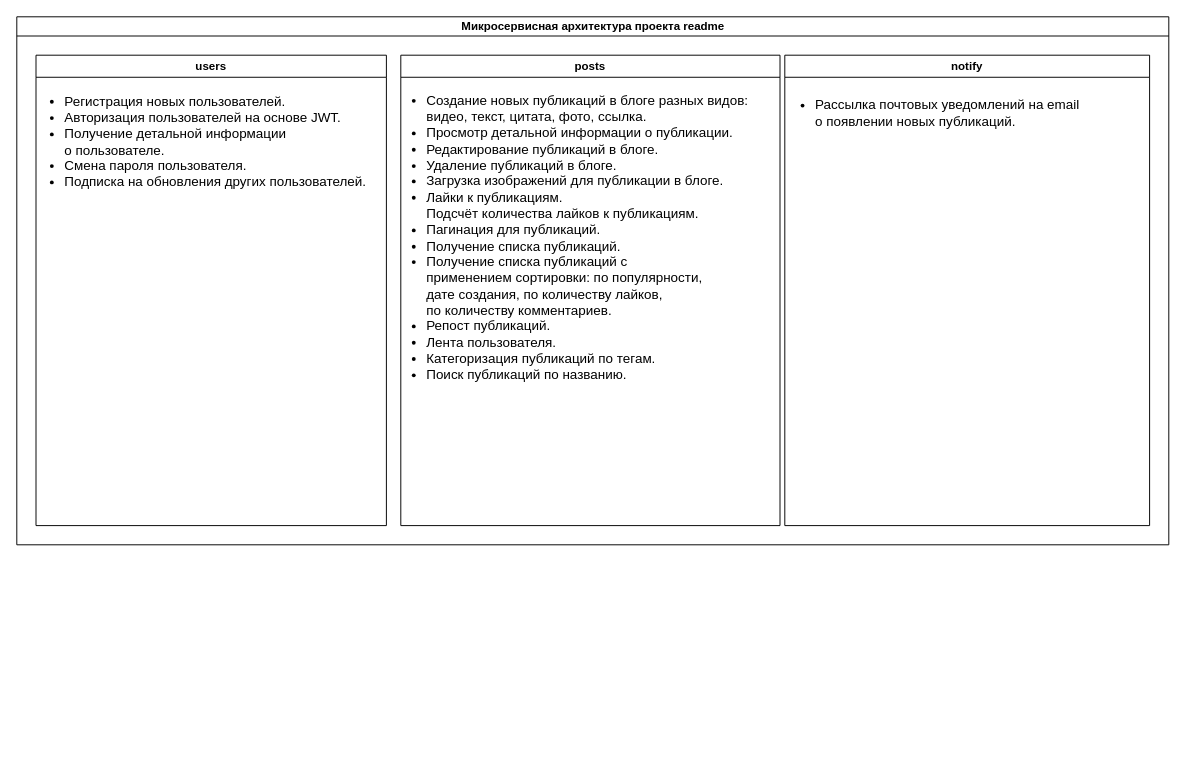
ivan-davy/2083345-readme-3 keeps this draw.io diagram as specification.drawio. Above is the earlier version. Source tidied: cells renumbered, new cells numbered last; positions are measured from the earlier drawing's top-left corner, leaving out a move shared by most shapes. Both pictures are drawn from the tidied source at 96%, with x=0, y=0 at pixel (16, 16).
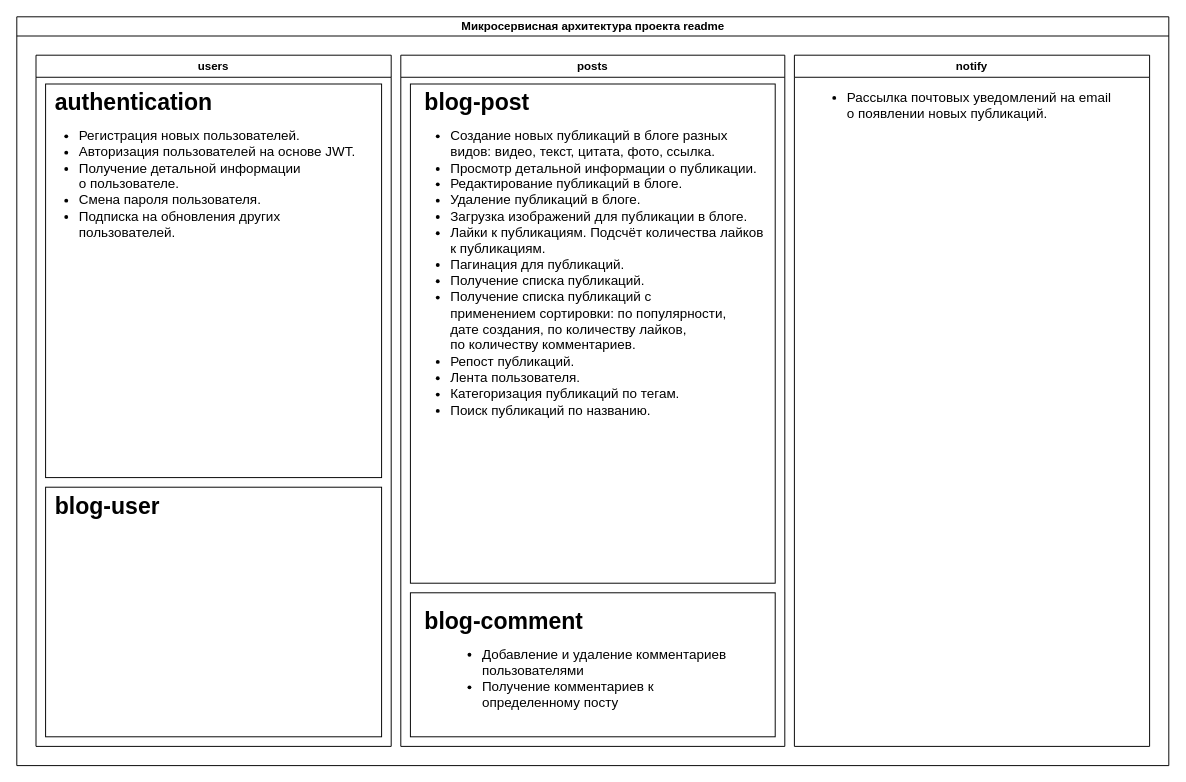
The same page after the edit.

The edit, as a diff of the source:
```diff
@@
 <mxGraphModel>
   <root>
     <mxCell id="0" />
     <mxCell id="1" parent="0" />
     <mxCell id="2" value="Микросервисная архитектура проекта readme" style="swimlane;html=1;startSize=20;horizontal=1;containerType=tree;glass=0;" parent="1" vertex="1">
-      <mxGeometry width="1200" height="550" as="geometry" />
+      <mxGeometry width="1200" height="780" as="geometry" />
     </mxCell>
     <mxCell id="3" value="users" style="swimlane;whiteSpace=wrap;html=1;" parent="2" vertex="1">
-      <mxGeometry x="20" y="40" width="365" height="490" as="geometry" />
+      <mxGeometry x="20" y="40" width="370" height="720" as="geometry" />
     </mxCell>
+    <mxCell id="9" style="rounded=0;whiteSpace=wrap;html=1;" parent="3" vertex="1">
+      <mxGeometry x="10" y="30" width="350" height="410" as="geometry" />
+    </mxCell>
+    <mxCell id="10" value="&lt;h1&gt;authentication&lt;/h1&gt;" style="text;html=1;strokeColor=none;fillColor=none;spacing=5;spacingTop=-20;whiteSpace=wrap;overflow=hidden;rounded=0;" parent="3" vertex="1">
+      <mxGeometry x="15" y="30" width="315" height="50" as="geometry" />
+    </mxCell>
-    <mxCell id="4" value="&lt;ul style=&quot;font-size: 14px;&quot;&gt;&lt;li style=&quot;font-size: 14px;&quot;&gt;Регистрация новых пользователей.&lt;br style=&quot;font-size: 14px;&quot;&gt;&lt;/li&gt;&lt;li style=&quot;font-size: 14px;&quot;&gt;Авторизация пользователей на&amp;nbsp;основе JWT.&lt;br style=&quot;font-size: 14px;&quot;&gt;&lt;/li&gt;&lt;li style=&quot;font-size: 14px;&quot;&gt;Получение детальной информации &lt;br&gt;о&amp;nbsp;пользователе.&lt;br style=&quot;font-size: 14px;&quot;&gt;&lt;/li&gt;&lt;li style=&quot;font-size: 14px;&quot;&gt;Смена пароля пользователя.&lt;br style=&quot;font-size: 14px;&quot;&gt;&lt;/li&gt;&lt;li style=&quot;font-size: 14px;&quot;&gt;Подписка на&amp;nbsp;обновления других пользователей.&lt;br style=&quot;font-size: 14px;&quot;&gt;&lt;/li&gt;&lt;/ul&gt;" style="text;html=1;align=left;verticalAlign=middle;strokeColor=none;fillColor=none;spacing=2;fontSize=14;" parent="3" vertex="1">
-      <mxGeometry x="-12.5" y="20" width="390" height="140" as="geometry" />
+    <mxCell id="4" value="&lt;h1&gt;&lt;ul style=&quot;border-color: var(--border-color); font-size: 14px; font-weight: 400;&quot;&gt;&lt;li style=&quot;border-color: var(--border-color);&quot;&gt;Регистрация новых пользователей.&lt;br style=&quot;border-color: var(--border-color);&quot;&gt;&lt;/li&gt;&lt;li style=&quot;border-color: var(--border-color);&quot;&gt;Авторизация пользователей на&amp;nbsp;основе JWT.&lt;br style=&quot;border-color: var(--border-color);&quot;&gt;&lt;/li&gt;&lt;li style=&quot;border-color: var(--border-color);&quot;&gt;Получение детальной информации&lt;br style=&quot;border-color: var(--border-color);&quot;&gt;о&amp;nbsp;пользователе.&lt;br style=&quot;border-color: var(--border-color);&quot;&gt;&lt;/li&gt;&lt;li style=&quot;border-color: var(--border-color);&quot;&gt;Смена пароля пользователя.&lt;br style=&quot;border-color: var(--border-color);&quot;&gt;&lt;/li&gt;&lt;li style=&quot;border-color: var(--border-color);&quot;&gt;Подписка на&amp;nbsp;обновления других пользователей.&lt;/li&gt;&lt;/ul&gt;&lt;/h1&gt;" style="text;html=1;strokeColor=none;fillColor=none;spacing=5;spacingTop=-20;whiteSpace=wrap;overflow=hidden;rounded=0;" parent="3" vertex="1">
+      <mxGeometry y="70" width="360" height="210" as="geometry" />
     </mxCell>
+    <mxCell id="11" style="rounded=0;whiteSpace=wrap;html=1;" parent="3" vertex="1">
+      <mxGeometry x="10" y="450" width="350" height="260" as="geometry" />
+    </mxCell>
+    <mxCell id="12" value="&lt;h1&gt;blog-user&lt;/h1&gt;" style="text;html=1;strokeColor=none;fillColor=none;spacing=5;spacingTop=-20;whiteSpace=wrap;overflow=hidden;rounded=0;" parent="3" vertex="1">
+      <mxGeometry x="15" y="450" width="315" height="50" as="geometry" />
+    </mxCell>
     <mxCell id="5" value="posts" style="swimlane;whiteSpace=wrap;html=1;" parent="2" vertex="1">
-      <mxGeometry x="400" y="40" width="395" height="490" as="geometry" />
+      <mxGeometry x="400" y="40" width="400" height="720" as="geometry" />
     </mxCell>
+    <mxCell id="13" style="rounded=0;whiteSpace=wrap;html=1;" parent="5" vertex="1">
+      <mxGeometry x="10" y="30" width="380" height="520" as="geometry" />
+    </mxCell>
+    <mxCell id="14" style="rounded=0;whiteSpace=wrap;html=1;" parent="5" vertex="1">
+      <mxGeometry x="10" y="560" width="380" height="150" as="geometry" />
+    </mxCell>
+    <mxCell id="15" value="&lt;h1&gt;blog-post&lt;/h1&gt;" style="text;html=1;strokeColor=none;fillColor=none;spacing=5;spacingTop=-20;whiteSpace=wrap;overflow=hidden;rounded=0;" parent="5" vertex="1">
+      <mxGeometry x="20" y="30" width="130" height="50" as="geometry" />
+    </mxCell>
+    <mxCell id="16" value="&lt;h1&gt;blog-comment&lt;/h1&gt;" style="text;html=1;strokeColor=none;fillColor=none;spacing=5;spacingTop=-20;whiteSpace=wrap;overflow=hidden;rounded=0;" parent="5" vertex="1">
+      <mxGeometry x="20" y="570" width="190" height="50" as="geometry" />
+    </mxCell>
+    <mxCell id="17" value="&lt;h1&gt;&lt;ul style=&quot;border-color: var(--border-color); font-size: 14px; font-weight: 400;&quot;&gt;&lt;li style=&quot;border-color: var(--border-color);&quot;&gt;&lt;span style=&quot;background-color: initial;&quot;&gt;Добавление и удаление комментариев пользователями&lt;/span&gt;&lt;/li&gt;&lt;li style=&quot;border-color: var(--border-color);&quot;&gt;&lt;span style=&quot;background-color: initial;&quot;&gt;Получение комментариев к определенному посту&lt;/span&gt;&lt;/li&gt;&lt;/ul&gt;&lt;/h1&gt;" style="text;html=1;strokeColor=none;fillColor=none;spacing=5;spacingTop=-20;whiteSpace=wrap;overflow=hidden;rounded=0;" parent="5" vertex="1">
+      <mxGeometry x="40" y="610" width="313" height="90" as="geometry" />
+    </mxCell>
-    <mxCell id="6" value="&lt;ul style=&quot;font-size: 14px;&quot;&gt;&lt;li style=&quot;font-size: 14px;&quot;&gt;Создание новых публикаций в&amp;nbsp;блоге разных видов: &lt;br style=&quot;font-size: 14px;&quot;&gt;видео, текст, цитата, фото, ссылка.&lt;/li&gt;&lt;li style=&quot;font-size: 14px;&quot;&gt;Просмотр детальной информации о&amp;nbsp;публикации.&lt;br style=&quot;font-size: 14px;&quot;&gt;&lt;/li&gt;&lt;li style=&quot;font-size: 14px;&quot;&gt;Редактирование публикаций в&amp;nbsp;блоге.&lt;br style=&quot;font-size: 14px;&quot;&gt;&lt;/li&gt;&lt;li style=&quot;font-size: 14px;&quot;&gt;Удаление публикаций в&amp;nbsp;блоге.&lt;br style=&quot;font-size: 14px;&quot;&gt;&lt;/li&gt;&lt;li style=&quot;font-size: 14px;&quot;&gt;Загрузка изображений для публикации в&amp;nbsp;блоге.&lt;br style=&quot;font-size: 14px;&quot;&gt;&lt;/li&gt;&lt;li style=&quot;font-size: 14px;&quot;&gt;Лайки к&amp;nbsp;публикациям. &lt;br style=&quot;font-size: 14px;&quot;&gt;Подсчёт количества лайков к&amp;nbsp;публикациям.&lt;br style=&quot;font-size: 14px;&quot;&gt;&lt;/li&gt;&lt;li style=&quot;font-size: 14px;&quot;&gt;Пагинация для публикаций.&lt;br style=&quot;font-size: 14px;&quot;&gt;&lt;/li&gt;&lt;li style=&quot;font-size: 14px;&quot;&gt;Получение списка публикаций.&lt;br style=&quot;font-size: 14px;&quot;&gt;&lt;/li&gt;&lt;li style=&quot;font-size: 14px;&quot;&gt;Получение списка публикаций с&amp;nbsp;&lt;br style=&quot;font-size: 14px;&quot;&gt;применением сортировки: по&amp;nbsp;популярности, &lt;br style=&quot;font-size: 14px;&quot;&gt;дате создания, по&amp;nbsp;количеству лайков, &lt;br style=&quot;font-size: 14px;&quot;&gt;по&amp;nbsp;количеству комментариев.&lt;br style=&quot;font-size: 14px;&quot;&gt;&lt;/li&gt;&lt;li style=&quot;font-size: 14px;&quot;&gt;Репост публикаций.&lt;br style=&quot;font-size: 14px;&quot;&gt;&lt;/li&gt;&lt;li style=&quot;font-size: 14px;&quot;&gt;Лента пользователя.&lt;br style=&quot;font-size: 14px;&quot;&gt;&lt;/li&gt;&lt;li style=&quot;font-size: 14px;&quot;&gt;Категоризация публикаций по&amp;nbsp;тегам.&lt;/li&gt;&lt;li style=&quot;font-size: 14px;&quot;&gt;Поиск публикаций по&amp;nbsp;названию.&lt;br style=&quot;font-size: 14px;&quot;&gt;&lt;/li&gt;&lt;/ul&gt;" style="text;html=1;align=left;verticalAlign=middle;strokeColor=none;fillColor=none;spacing=2;fontSize=14;" parent="5" vertex="1">
-      <mxGeometry x="-15" y="20" width="410" height="340" as="geometry" />
+    <mxCell id="6" value="&lt;h1&gt;&lt;ul style=&quot;border-color: var(--border-color); font-size: 14px; font-weight: 400;&quot;&gt;&lt;li style=&quot;border-color: var(--border-color);&quot;&gt;Создание новых публикаций в&amp;nbsp;блоге разных видов: видео, текст, цитата, фото, ссылка.&lt;/li&gt;&lt;li style=&quot;border-color: var(--border-color);&quot;&gt;Просмотр детальной информации о&amp;nbsp;публикации.&lt;br style=&quot;border-color: var(--border-color);&quot;&gt;&lt;/li&gt;&lt;li style=&quot;border-color: var(--border-color);&quot;&gt;Редактирование публикаций в&amp;nbsp;блоге.&lt;br style=&quot;border-color: var(--border-color);&quot;&gt;&lt;/li&gt;&lt;li style=&quot;border-color: var(--border-color);&quot;&gt;Удаление публикаций в&amp;nbsp;блоге.&lt;br style=&quot;border-color: var(--border-color);&quot;&gt;&lt;/li&gt;&lt;li style=&quot;border-color: var(--border-color);&quot;&gt;Загрузка изображений для публикации в&amp;nbsp;блоге.&lt;br style=&quot;border-color: var(--border-color);&quot;&gt;&lt;/li&gt;&lt;li style=&quot;border-color: var(--border-color);&quot;&gt;Лайки к&amp;nbsp;публикациям. Подсчёт количества лайков к&amp;nbsp;публикациям.&lt;br style=&quot;border-color: var(--border-color);&quot;&gt;&lt;/li&gt;&lt;li style=&quot;border-color: var(--border-color);&quot;&gt;Пагинация для публикаций.&lt;br style=&quot;border-color: var(--border-color);&quot;&gt;&lt;/li&gt;&lt;li style=&quot;border-color: var(--border-color);&quot;&gt;Получение списка публикаций.&lt;br style=&quot;border-color: var(--border-color);&quot;&gt;&lt;/li&gt;&lt;li style=&quot;border-color: var(--border-color);&quot;&gt;Получение списка публикаций с&amp;nbsp;&lt;br style=&quot;border-color: var(--border-color);&quot;&gt;применением сортировки: по&amp;nbsp;популярности,&lt;br style=&quot;border-color: var(--border-color);&quot;&gt;дате создания, по&amp;nbsp;количеству лайков,&lt;br style=&quot;border-color: var(--border-color);&quot;&gt;по&amp;nbsp;количеству комментариев.&lt;br style=&quot;border-color: var(--border-color);&quot;&gt;&lt;/li&gt;&lt;li style=&quot;border-color: var(--border-color);&quot;&gt;Репост публикаций.&lt;br style=&quot;border-color: var(--border-color);&quot;&gt;&lt;/li&gt;&lt;li style=&quot;border-color: var(--border-color);&quot;&gt;Лента пользователя.&lt;br style=&quot;border-color: var(--border-color);&quot;&gt;&lt;/li&gt;&lt;li style=&quot;border-color: var(--border-color);&quot;&gt;Категоризация публикаций по&amp;nbsp;тегам.&lt;/li&gt;&lt;li style=&quot;border-color: var(--border-color);&quot;&gt;Поиск публикаций по&amp;nbsp;названию.&lt;/li&gt;&lt;/ul&gt;&lt;/h1&gt;" style="text;html=1;strokeColor=none;fillColor=none;spacing=5;spacingTop=-20;whiteSpace=wrap;overflow=hidden;rounded=0;" parent="5" vertex="1">
+      <mxGeometry x="6.5" y="70" width="380" height="320" as="geometry" />
     </mxCell>
     <mxCell id="7" value="notify" style="swimlane;whiteSpace=wrap;html=1;" parent="2" vertex="1">
-      <mxGeometry x="800" y="40" width="380" height="490" as="geometry" />
+      <mxGeometry x="810" y="40" width="370" height="720" as="geometry" />
     </mxCell>
-    <mxCell id="8" value="&lt;ul style=&quot;font-size: 14px;&quot;&gt;&lt;li style=&quot;border-color: var(--border-color);&quot;&gt;Рассылка почтовых уведомлений на&amp;nbsp;email&lt;br style=&quot;border-color: var(--border-color);&quot;&gt;о&amp;nbsp;появлении новых публикаций.&lt;/li&gt;&lt;/ul&gt;" style="text;html=1;align=left;verticalAlign=middle;strokeColor=none;fillColor=none;spacing=2;fontSize=14;labelPosition=center;verticalLabelPosition=middle;" parent="7" vertex="1">
-      <mxGeometry x="-10" y="20" width="340" height="80" as="geometry" />
+    <mxCell id="8" value="&lt;h1&gt;&lt;ul style=&quot;border-color: var(--border-color); font-size: 14px; font-weight: 400;&quot;&gt;&lt;li style=&quot;border-color: var(--border-color);&quot;&gt;Рассылка почтовых уведомлений на&amp;nbsp;email&lt;br style=&quot;border-color: var(--border-color);&quot;&gt;о&amp;nbsp;появлении новых публикаций.&lt;/li&gt;&lt;/ul&gt;&lt;/h1&gt;" style="text;html=1;strokeColor=none;fillColor=none;spacing=5;spacingTop=-20;whiteSpace=wrap;overflow=hidden;rounded=0;" parent="7" vertex="1">
+      <mxGeometry x="10" y="30" width="350" height="350" as="geometry" />
     </mxCell>
   </root>
 </mxGraphModel>
```
